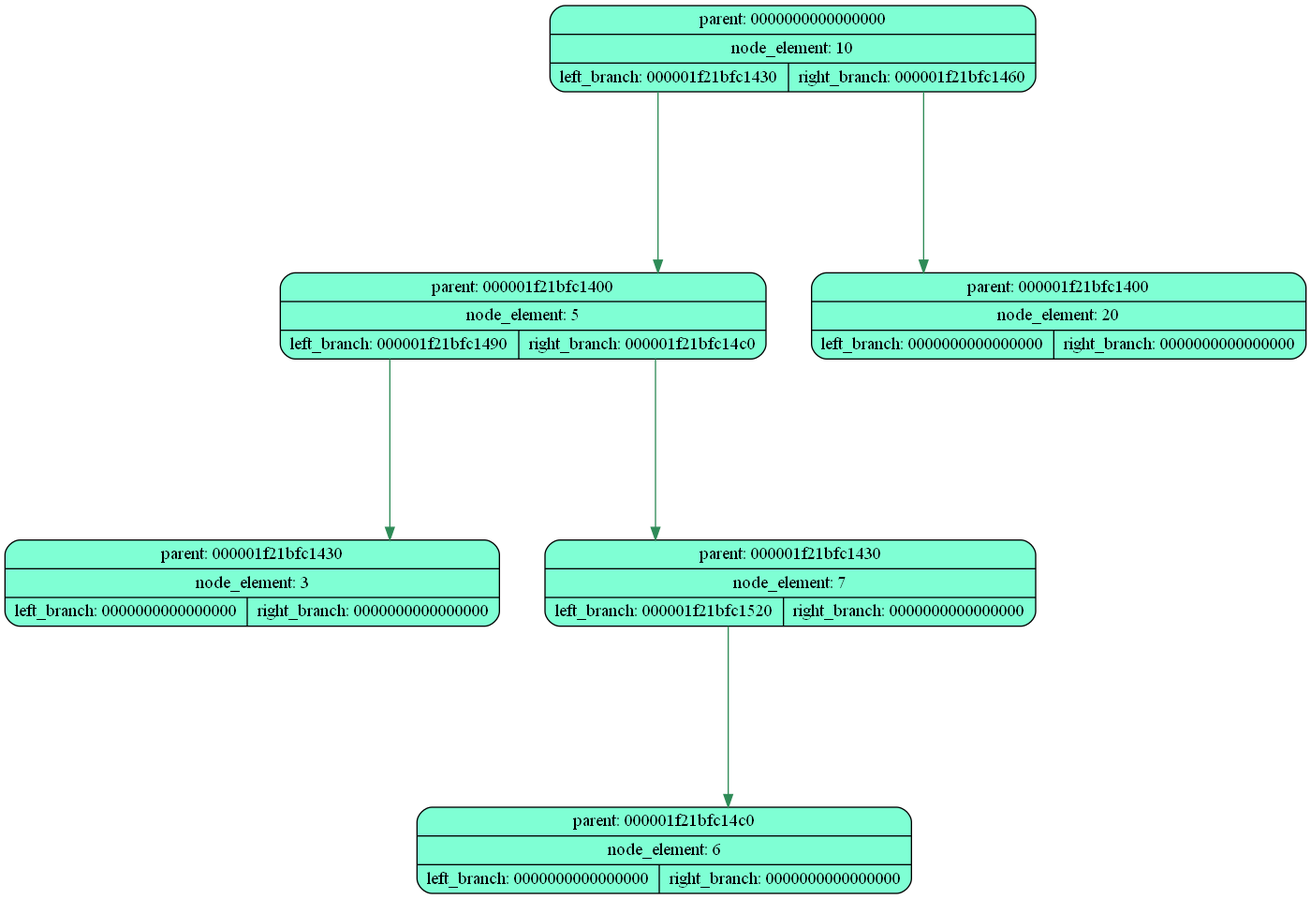
SonyaKuklina/TREE keeps this Graphviz diagram as debug.png. Above is the earlier version. Its source is kept beside it as debug.dot. The source it was exported from:
```dot
digraph G {
    bgcolor = "white";
    rankdir = TB;
    nodesep = 0.5;
    ranksep = 2.0;
    splines = ortho;
    node [style = "filled", shape = Mrecord,
         fillcolor = aquamarine, color = black,
         width = 0.2, height = 0.4];
node0  [label = "{<par> parent: 0000000000000000 | <el> node_element: 10 | {<left> left_branch: 000001f21bfc1430 | <right> right_branch: 000001f21bfc1460}}"];
node1  [label = "{<par> parent: 000001f21bfc1400 | <el> node_element: 5 | {<left> left_branch: 000001f21bfc1490 | <right> right_branch: 000001f21bfc14c0}}"];
node3  [label = "{<par> parent: 000001f21bfc1430 | <el> node_element: 3 | {<left> left_branch: 0000000000000000 | <right> right_branch: 0000000000000000}}"];
node4  [label = "{<par> parent: 000001f21bfc1430 | <el> node_element: 7 | {<left> left_branch: 000001f21bfc1520 | <right> right_branch: 0000000000000000}}"];
node6  [label = "{<par> parent: 000001f21bfc14c0 | <el> node_element: 6 | {<left> left_branch: 0000000000000000 | <right> right_branch: 0000000000000000}}"];
node2  [label = "{<par> parent: 000001f21bfc1400 | <el> node_element: 20 | {<left> left_branch: 0000000000000000 | <right> right_branch: 0000000000000000}}"];
node0:left -> node1:par [color = seagreen];
node1:left -> node3:par [color = seagreen];
node1:right -> node4:par [color = seagreen];
node4:left -> node6:par [color = seagreen];
node0:right -> node2:par [color = seagreen];
}
```
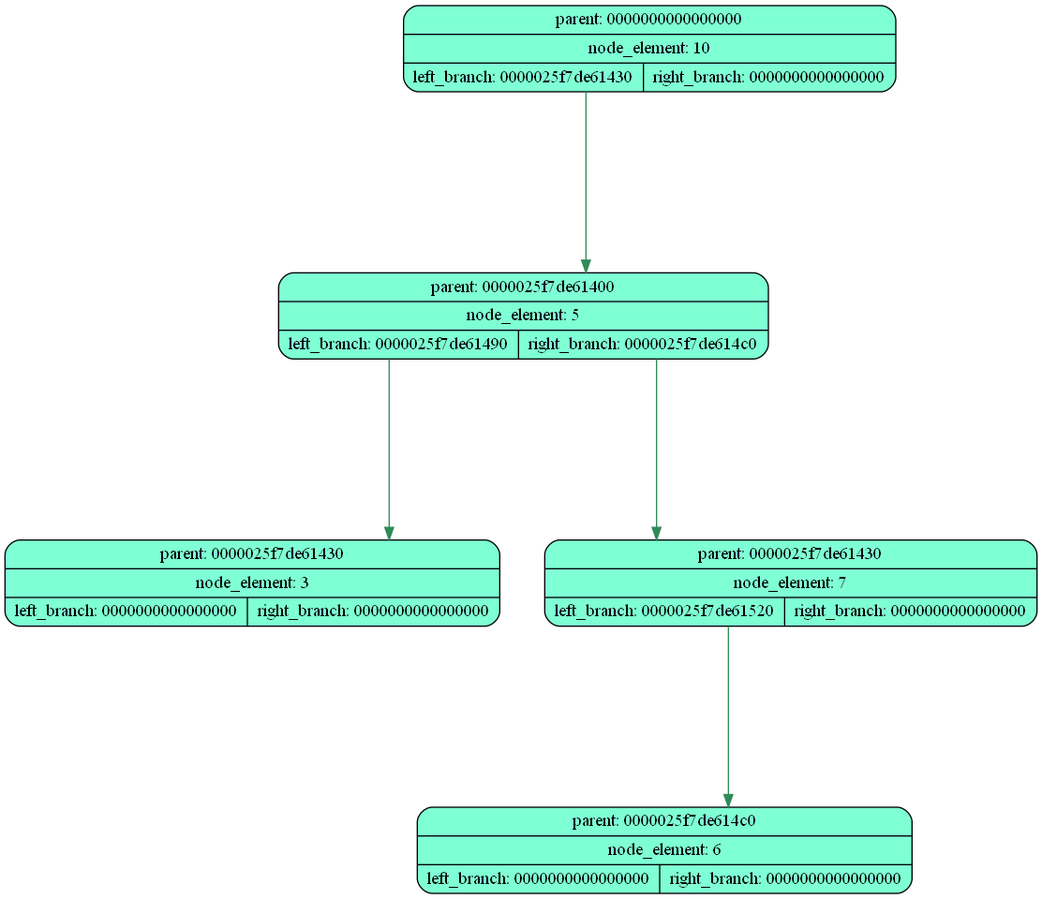
After the commit.

Diff of the diagram source:
```diff
@@ -7,15 +7,13 @@
     node [style = "filled", shape = Mrecord,
          fillcolor = aquamarine, color = black,
          width = 0.2, height = 0.4];
-node0  [label = "{<par> parent: 0000000000000000 | <el> node_element: 10 | {<left> left_branch: 000001f21bfc1430 | <right> right_branch: 000001f21bfc1460}}"];
-node1  [label = "{<par> parent: 000001f21bfc1400 | <el> node_element: 5 | {<left> left_branch: 000001f21bfc1490 | <right> right_branch: 000001f21bfc14c0}}"];
-node3  [label = "{<par> parent: 000001f21bfc1430 | <el> node_element: 3 | {<left> left_branch: 0000000000000000 | <right> right_branch: 0000000000000000}}"];
-node4  [label = "{<par> parent: 000001f21bfc1430 | <el> node_element: 7 | {<left> left_branch: 000001f21bfc1520 | <right> right_branch: 0000000000000000}}"];
-node6  [label = "{<par> parent: 000001f21bfc14c0 | <el> node_element: 6 | {<left> left_branch: 0000000000000000 | <right> right_branch: 0000000000000000}}"];
-node2  [label = "{<par> parent: 000001f21bfc1400 | <el> node_element: 20 | {<left> left_branch: 0000000000000000 | <right> right_branch: 0000000000000000}}"];
+node0  [label = "{<par> parent: 0000000000000000 | <el> node_element: 10 | {<left> left_branch: 0000025f7de61430 | <right> right_branch: 0000000000000000}}"];
+node1  [label = "{<par> parent: 0000025f7de61400 | <el> node_element: 5 | {<left> left_branch: 0000025f7de61490 | <right> right_branch: 0000025f7de614c0}}"];
+node3  [label = "{<par> parent: 0000025f7de61430 | <el> node_element: 3 | {<left> left_branch: 0000000000000000 | <right> right_branch: 0000000000000000}}"];
+node4  [label = "{<par> parent: 0000025f7de61430 | <el> node_element: 7 | {<left> left_branch: 0000025f7de61520 | <right> right_branch: 0000000000000000}}"];
+node6  [label = "{<par> parent: 0000025f7de614c0 | <el> node_element: 6 | {<left> left_branch: 0000000000000000 | <right> right_branch: 0000000000000000}}"];
 node0:left -> node1:par [color = seagreen];
 node1:left -> node3:par [color = seagreen];
 node1:right -> node4:par [color = seagreen];
 node4:left -> node6:par [color = seagreen];
-node0:right -> node2:par [color = seagreen];
 }
```
